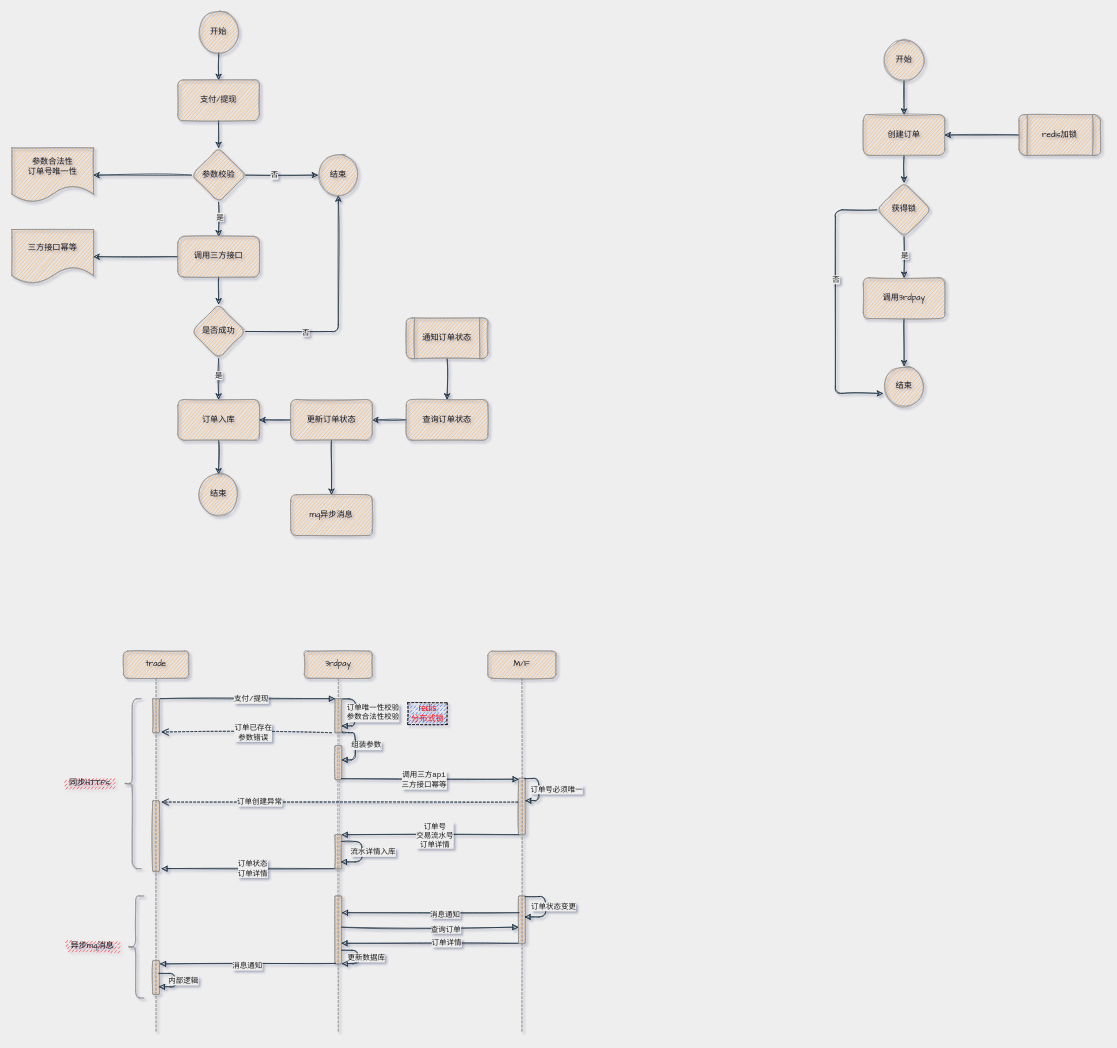
jarcn/pic keeps this draw.io diagram as page "支付/提现接口幂等方案" (4 of 4) of 支付流程.drawio. Above is the earlier version. Source tidied: cells renumbered, new cells numbered last; positions are measured from the earlier drawing's top-left corner, leaving out a move shared by most shapes. Both pictures are drawn from the tidied source at 68%, with x=0, y=0 at pixel (12, 12).
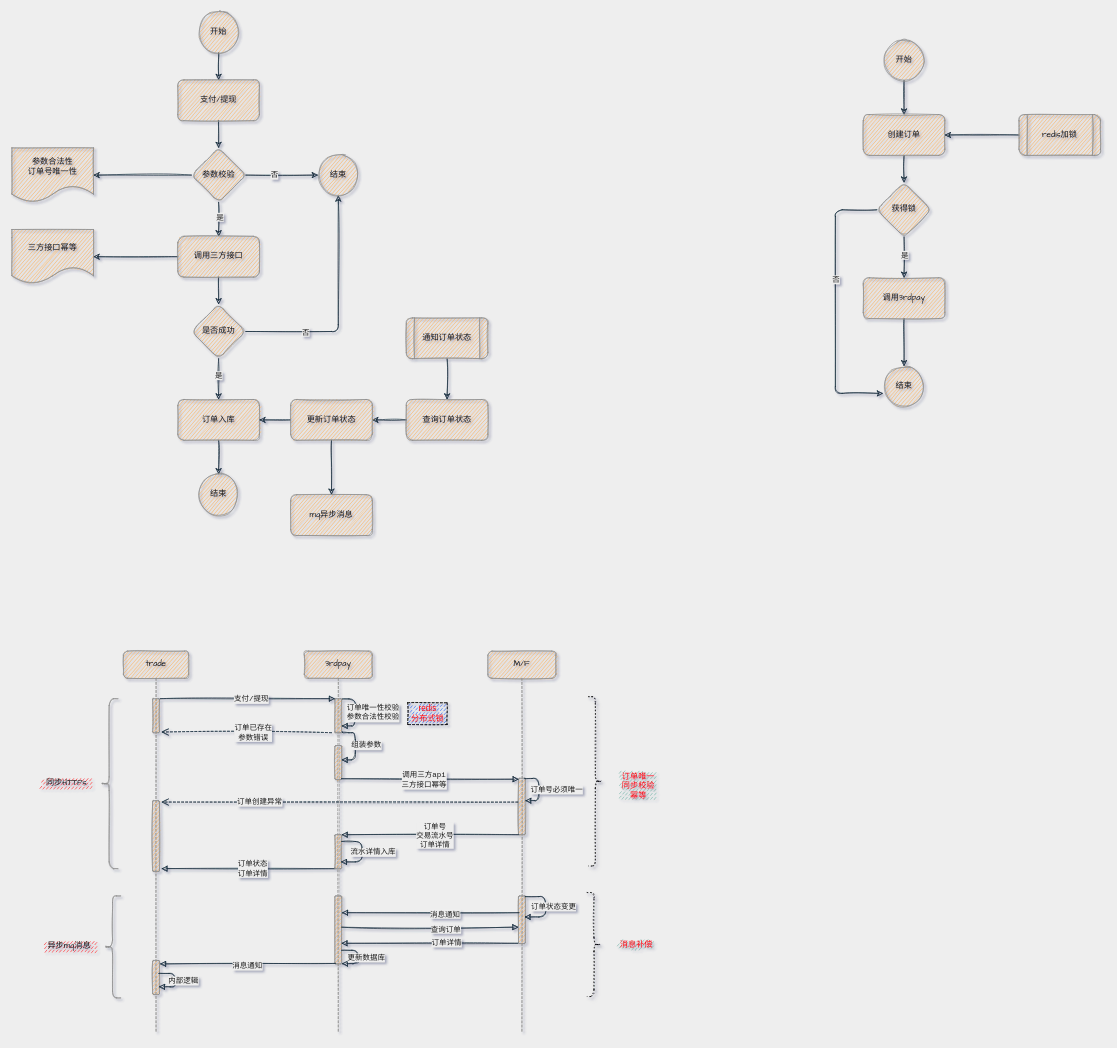
After the change.

Commit message:
更新支付流程.drawio

Unchanged cells that the change refers to:
```xml
<mxCell id="48" value="trade" style="shape=umlLifeline;perimeter=lifelinePerimeter;whiteSpace=wrap;html=1;fillColor=#F5AB50;strokeColor=#909090;fontFamily=Comic Sans MS;fontColor=#1A1A1A;glass=0;shadow=0;sketch=1;rounded=1;" parent="1" vertex="1">
  <mxGeometry x="164" y="940" width="96" height="560" as="geometry" />
</mxCell>
```

Diff of the diagram source:
```diff
@@
     <mxCell id="51" style="shape=curlyBracket;whiteSpace=wrap;html=1;fontFamily=Comic Sans MS;fillColor=#F5AB50;fontColor=#1A1A1A;strokeColor=#909090;sketch=1;rounded=1;" parent="48" vertex="1">
-      <mxGeometry x="6" y="360" width="24" height="150" as="geometry" />
+      <mxGeometry x="-28" y="360" width="24" height="150" as="geometry" />
     </mxCell>
@@
     <mxCell id="90" style="shape=curlyBracket;whiteSpace=wrap;html=1;fillColor=#F5AB50;fontColor=#1A1A1A;strokeColor=#909090;fontFamily=Comic Sans MS;sketch=1;rounded=1;" parent="1" vertex="1">
-      <mxGeometry x="164" y="1010" width="26" height="250" as="geometry" />
+      <mxGeometry x="130" y="1010" width="26" height="250" as="geometry" />
     </mxCell>
     <mxCell id="91" value="同步HTTPs" style="text;html=1;align=center;verticalAlign=middle;strokeColor=none;fillColor=#FF0000;fontFamily=Comic Sans MS;fontColor=#1A1A1A;sketch=1;rounded=0;gradientColor=none;fillStyle=dashed;" parent="1" vertex="1">
-      <mxGeometry x="74" y="1125" width="80" height="20" as="geometry" />
+      <mxGeometry x="40" y="1125" width="80" height="20" as="geometry" />
     </mxCell>
     <mxCell id="92" value="异步mq消息" style="text;html=1;align=center;verticalAlign=middle;strokeColor=none;fillColor=#FF0000;fontFamily=Comic Sans MS;fontColor=#1A1A1A;sketch=1;rounded=0;gradientColor=none;fillStyle=dashed;" parent="1" vertex="1">
-      <mxGeometry x="78" y="1364" width="80" height="20" as="geometry" />
+      <mxGeometry x="44" y="1364" width="80" height="20" as="geometry" />
     </mxCell>
@@
+    <mxCell id="98" style="shape=curlyBracket;whiteSpace=wrap;html=1;rounded=1;flipH=1;shadow=1;glass=0;dashed=1;labelBackgroundColor=none;labelBorderColor=none;sketch=1;fillStyle=dashed;fontColor=#FF0000;strokeColor=default;fillColor=#FF0000;gradientColor=none;dashPattern=1 4;" parent="1" vertex="1">
+      <mxGeometry x="848" y="1007" width="20" height="249" as="geometry" />
+    </mxCell>
+    <mxCell id="99" value="&lt;div&gt;订单唯一&lt;/div&gt;&lt;div&gt;同步校验&lt;/div&gt;&lt;div&gt;幂等&lt;br&gt;&lt;/div&gt;" style="text;html=1;align=center;verticalAlign=middle;strokeColor=none;fillColor=#67AB9F;fontColor=#FF0000;sketch=1;fillStyle=dashed;rounded=0;glass=0;shadow=0;" parent="1" vertex="1">
+      <mxGeometry x="892" y="1115" width="58" height="46" as="geometry" />
+    </mxCell>
+    <mxCell id="100" style="shape=curlyBracket;whiteSpace=wrap;html=1;rounded=1;flipH=1;shadow=1;glass=0;dashed=1;dashPattern=1 4;labelBackgroundColor=none;labelBorderColor=none;sketch=1;fillStyle=dashed;fontColor=#FF0000;strokeColor=default;fillColor=default;gradientColor=none;" parent="1" vertex="1">
+      <mxGeometry x="846" y="1295" width="20" height="153" as="geometry" />
+    </mxCell>
+    <mxCell id="101" value="消息补偿" style="text;html=1;align=center;verticalAlign=middle;strokeColor=none;fillColor=#67AB9F;fontColor=#FF0000;sketch=1;fillStyle=dashed;" parent="1" vertex="1">
+      <mxGeometry x="889" y="1363" width="58" height="18" as="geometry" />
+    </mxCell>
```
